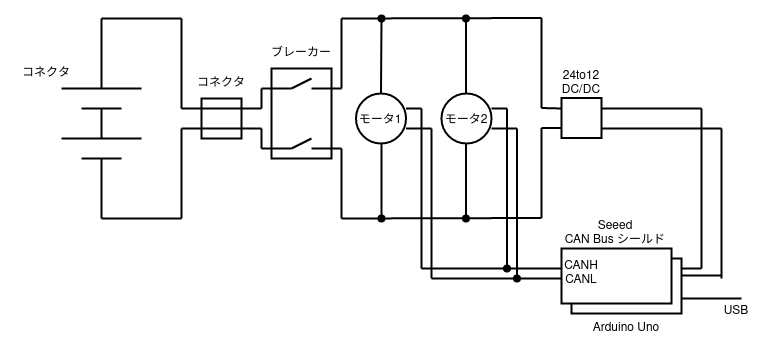
Earlier version of the draw.io export schematics/schematics.png (hijimasa/reasonable-outdoor-mobile-robot). Source tidied: cells renumbered, new cells last; positions are measured from the earlier drawing's top-left corner, leaving out a move shared by most shapes. Source of this version:
```xml
<mxGraphModel>
  <root>
    <mxCell id="0" />
    <mxCell id="1" parent="0" />
    <mxCell id="2" style="rounded=0;whiteSpace=wrap;html=1;strokeWidth=2;" parent="1" vertex="1">
      <mxGeometry x="260" y="50" width="60" height="90" as="geometry" />
    </mxCell>
    <mxCell id="3" style="endArrow=none;html=1;rounded=0;strokeWidth=2;" parent="1" edge="1">
      <mxGeometry relative="1" as="geometry">
        <mxPoint x="50" y="70" as="sourcePoint" />
        <mxPoint x="130" y="70" as="targetPoint" />
      </mxGeometry>
    </mxCell>
    <mxCell id="4" style="endArrow=none;html=1;rounded=0;strokeWidth=2;" parent="1" edge="1">
      <mxGeometry relative="1" as="geometry">
        <mxPoint x="70" y="90" as="sourcePoint" />
        <mxPoint x="110" y="90" as="targetPoint" />
      </mxGeometry>
    </mxCell>
    <mxCell id="5" style="endArrow=none;html=1;rounded=0;strokeWidth=2;" parent="1" edge="1">
      <mxGeometry relative="1" as="geometry">
        <mxPoint x="50" y="120" as="sourcePoint" />
        <mxPoint x="130" y="120" as="targetPoint" />
      </mxGeometry>
    </mxCell>
    <mxCell id="6" style="endArrow=none;html=1;rounded=0;strokeWidth=2;" parent="1" edge="1">
      <mxGeometry relative="1" as="geometry">
        <mxPoint x="70" y="140" as="sourcePoint" />
        <mxPoint x="110" y="140" as="targetPoint" />
      </mxGeometry>
    </mxCell>
    <mxCell id="7" style="endArrow=none;html=1;rounded=0;strokeWidth=2;" parent="1" edge="1">
      <mxGeometry relative="1" as="geometry">
        <mxPoint x="90" y="120" as="sourcePoint" />
        <mxPoint x="90" y="90" as="targetPoint" />
      </mxGeometry>
    </mxCell>
    <mxCell id="8" style="endArrow=none;html=1;rounded=0;strokeWidth=2;" parent="1" edge="1">
      <mxGeometry relative="1" as="geometry">
        <mxPoint x="90" y="200" as="sourcePoint" />
        <mxPoint x="90" y="140" as="targetPoint" />
      </mxGeometry>
    </mxCell>
    <mxCell id="9" style="endArrow=none;html=1;rounded=0;strokeWidth=2;" parent="1" edge="1">
      <mxGeometry relative="1" as="geometry">
        <mxPoint x="90" y="70" as="sourcePoint" />
        <mxPoint x="90" as="targetPoint" />
      </mxGeometry>
    </mxCell>
    <mxCell id="10" style="whiteSpace=wrap;html=1;strokeWidth=2;" parent="1" vertex="1">
      <mxGeometry x="190" y="80" width="40" height="40" as="geometry" />
    </mxCell>
    <mxCell id="11" style="endArrow=none;html=1;rounded=0;strokeWidth=2;" parent="1" edge="1">
      <mxGeometry relative="1" as="geometry">
        <mxPoint x="170" y="90" as="sourcePoint" />
        <mxPoint x="250" y="90" as="targetPoint" />
      </mxGeometry>
    </mxCell>
    <mxCell id="12" style="endArrow=none;html=1;rounded=0;strokeWidth=2;" parent="1" edge="1">
      <mxGeometry relative="1" as="geometry">
        <mxPoint x="90" as="sourcePoint" />
        <mxPoint x="170" as="targetPoint" />
      </mxGeometry>
    </mxCell>
    <mxCell id="13" style="endArrow=none;html=1;rounded=0;strokeWidth=2;" parent="1" edge="1">
      <mxGeometry relative="1" as="geometry">
        <mxPoint x="170" y="110" as="sourcePoint" />
        <mxPoint x="250" y="110" as="targetPoint" />
      </mxGeometry>
    </mxCell>
    <mxCell id="14" style="endArrow=none;html=1;rounded=0;strokeWidth=2;" parent="1" edge="1">
      <mxGeometry relative="1" as="geometry">
        <mxPoint x="90" y="200" as="sourcePoint" />
        <mxPoint x="170" y="200" as="targetPoint" />
      </mxGeometry>
    </mxCell>
    <mxCell id="15" style="endArrow=none;html=1;rounded=0;strokeWidth=2;" parent="1" edge="1">
      <mxGeometry relative="1" as="geometry">
        <mxPoint x="170" y="90" as="sourcePoint" />
        <mxPoint x="170" as="targetPoint" />
      </mxGeometry>
    </mxCell>
    <mxCell id="16" style="endArrow=none;html=1;rounded=0;strokeWidth=2;" parent="1" edge="1">
      <mxGeometry relative="1" as="geometry">
        <mxPoint x="170" y="200" as="sourcePoint" />
        <mxPoint x="170" y="110" as="targetPoint" />
      </mxGeometry>
    </mxCell>
    <mxCell id="17" style="whiteSpace=wrap;html=1;strokeWidth=2;" parent="1" vertex="1">
      <mxGeometry x="550" y="79.5" width="40" height="40" as="geometry" />
    </mxCell>
    <mxCell id="18" style="endArrow=none;html=1;rounded=0;strokeWidth=2;" parent="1" edge="1">
      <mxGeometry relative="1" as="geometry">
        <mxPoint x="530" y="89.5" as="sourcePoint" />
        <mxPoint x="550" y="90" as="targetPoint" />
      </mxGeometry>
    </mxCell>
    <mxCell id="19" style="endArrow=none;html=1;rounded=0;strokeWidth=2;" parent="1" edge="1">
      <mxGeometry relative="1" as="geometry">
        <mxPoint x="330" as="sourcePoint" />
        <mxPoint x="530" y="-0.5" as="targetPoint" />
      </mxGeometry>
    </mxCell>
    <mxCell id="20" style="endArrow=none;html=1;rounded=0;entryX=0;entryY=0.75;entryDx=0;entryDy=0;strokeWidth=2;" parent="1" edge="1" target="17">
      <mxGeometry relative="1" as="geometry">
        <mxPoint x="530" y="109.5" as="sourcePoint" />
      </mxGeometry>
    </mxCell>
    <mxCell id="21" style="endArrow=none;html=1;rounded=0;strokeWidth=2;" parent="1" edge="1">
      <mxGeometry relative="1" as="geometry">
        <mxPoint x="330" y="200" as="sourcePoint" />
        <mxPoint x="530" y="199.5" as="targetPoint" />
      </mxGeometry>
    </mxCell>
    <mxCell id="22" style="endArrow=none;html=1;rounded=0;strokeWidth=2;" parent="1" edge="1">
      <mxGeometry relative="1" as="geometry">
        <mxPoint x="530" y="89.5" as="sourcePoint" />
        <mxPoint x="530" y="-0.5" as="targetPoint" />
      </mxGeometry>
    </mxCell>
    <mxCell id="23" style="endArrow=none;html=1;rounded=0;strokeWidth=2;" parent="1" edge="1">
      <mxGeometry relative="1" as="geometry">
        <mxPoint x="530" y="199.5" as="sourcePoint" />
        <mxPoint x="530" y="109.5" as="targetPoint" />
      </mxGeometry>
    </mxCell>
    <mxCell id="24" style="endArrow=none;html=1;rounded=0;strokeWidth=2;" parent="1" edge="1">
      <mxGeometry relative="1" as="geometry">
        <mxPoint x="250" y="90" as="sourcePoint" />
        <mxPoint x="250" y="70" as="targetPoint" />
      </mxGeometry>
    </mxCell>
    <mxCell id="25" style="endArrow=none;html=1;rounded=0;strokeWidth=2;" parent="1" edge="1">
      <mxGeometry relative="1" as="geometry">
        <mxPoint x="250" y="130" as="sourcePoint" />
        <mxPoint x="250" y="110" as="targetPoint" />
      </mxGeometry>
    </mxCell>
    <mxCell id="26" style="endArrow=none;html=1;rounded=0;strokeWidth=2;" parent="1" edge="1">
      <mxGeometry relative="1" as="geometry">
        <mxPoint x="250" y="70" as="sourcePoint" />
        <mxPoint x="280" y="70" as="targetPoint" />
      </mxGeometry>
    </mxCell>
    <mxCell id="27" style="endArrow=none;html=1;rounded=0;strokeWidth=2;" parent="1" edge="1">
      <mxGeometry relative="1" as="geometry">
        <mxPoint x="250" y="130" as="sourcePoint" />
        <mxPoint x="280" y="130" as="targetPoint" />
      </mxGeometry>
    </mxCell>
    <mxCell id="28" style="endArrow=none;html=1;rounded=0;strokeWidth=2;" parent="1" edge="1">
      <mxGeometry relative="1" as="geometry">
        <mxPoint x="300" y="130" as="sourcePoint" />
        <mxPoint x="330" y="130" as="targetPoint" />
      </mxGeometry>
    </mxCell>
    <mxCell id="29" style="endArrow=none;html=1;rounded=0;strokeWidth=2;" parent="1" edge="1">
      <mxGeometry relative="1" as="geometry">
        <mxPoint x="300" y="70" as="sourcePoint" />
        <mxPoint x="330" y="70" as="targetPoint" />
      </mxGeometry>
    </mxCell>
    <mxCell id="30" style="endArrow=none;html=1;rounded=0;strokeWidth=2;" parent="1" edge="1">
      <mxGeometry relative="1" as="geometry">
        <mxPoint x="300" y="60" as="sourcePoint" />
        <mxPoint x="280" y="70" as="targetPoint" />
      </mxGeometry>
    </mxCell>
    <mxCell id="31" style="endArrow=none;html=1;rounded=0;strokeWidth=2;" parent="1" edge="1">
      <mxGeometry relative="1" as="geometry">
        <mxPoint x="280" y="130" as="sourcePoint" />
        <mxPoint x="300" y="120" as="targetPoint" />
      </mxGeometry>
    </mxCell>
    <mxCell id="32" style="endArrow=none;html=1;rounded=0;strokeWidth=2;" parent="1" edge="1">
      <mxGeometry relative="1" as="geometry">
        <mxPoint x="330" y="70" as="sourcePoint" />
        <mxPoint x="330" as="targetPoint" />
      </mxGeometry>
    </mxCell>
    <mxCell id="33" style="endArrow=none;html=1;rounded=0;strokeWidth=2;" parent="1" edge="1">
      <mxGeometry relative="1" as="geometry">
        <mxPoint x="330" y="200" as="sourcePoint" />
        <mxPoint x="330" y="130" as="targetPoint" />
      </mxGeometry>
    </mxCell>
    <mxCell id="34" style="ellipse;whiteSpace=wrap;html=1;strokeWidth=2;" parent="1" vertex="1">
      <mxGeometry x="344.5" y="75" width="50" height="50" as="geometry" />
    </mxCell>
    <mxCell id="35" style="endArrow=oval;html=1;rounded=0;exitX=0.5;exitY=0;exitDx=0;exitDy=0;startArrow=none;startFill=0;endFill=1;strokeWidth=2;" parent="1" edge="1" source="34">
      <mxGeometry relative="1" as="geometry">
        <mxPoint x="370" as="targetPoint" />
      </mxGeometry>
    </mxCell>
    <mxCell id="36" style="ellipse;whiteSpace=wrap;html=1;strokeWidth=2;" parent="1" vertex="1">
      <mxGeometry x="430" y="75" width="50" height="50" as="geometry" />
    </mxCell>
    <mxCell id="37" style="rounded=0;whiteSpace=wrap;html=1;strokeWidth=2;" parent="1" vertex="1">
      <mxGeometry x="560" y="240" width="110" height="55" as="geometry" />
    </mxCell>
    <mxCell id="38" style="rounded=0;whiteSpace=wrap;html=1;strokeWidth=2;" parent="1" vertex="1">
      <mxGeometry x="550" y="230" width="110" height="55" as="geometry" />
    </mxCell>
    <mxCell id="39" style="endArrow=none;html=1;rounded=0;strokeWidth=2;" parent="1" edge="1">
      <mxGeometry relative="1" as="geometry">
        <mxPoint x="690" y="250" as="sourcePoint" />
        <mxPoint x="690" y="90" as="targetPoint" />
      </mxGeometry>
    </mxCell>
    <mxCell id="40" style="endArrow=none;html=1;rounded=0;strokeWidth=2;" parent="1" edge="1">
      <mxGeometry relative="1" as="geometry">
        <mxPoint x="710" y="260" as="sourcePoint" />
        <mxPoint x="710" y="110" as="targetPoint" />
      </mxGeometry>
    </mxCell>
    <mxCell id="41" style="endArrow=none;html=1;rounded=0;strokeWidth=2;" parent="1" edge="1">
      <mxGeometry relative="1" as="geometry">
        <mxPoint x="670" y="250" as="sourcePoint" />
        <mxPoint x="690" y="250" as="targetPoint" />
      </mxGeometry>
    </mxCell>
    <mxCell id="42" style="endArrow=none;html=1;rounded=0;strokeWidth=2;" parent="1" edge="1">
      <mxGeometry relative="1" as="geometry">
        <mxPoint x="670" y="257" as="sourcePoint" />
        <mxPoint x="710" y="257" as="targetPoint" />
      </mxGeometry>
    </mxCell>
    <mxCell id="43" style="endArrow=none;html=1;rounded=0;startArrow=oval;startFill=1;strokeWidth=2;" parent="1" edge="1">
      <mxGeometry relative="1" as="geometry">
        <mxPoint x="370" y="200" as="sourcePoint" />
        <mxPoint x="370" y="125" as="targetPoint" />
      </mxGeometry>
    </mxCell>
    <mxCell id="44" style="endArrow=none;html=1;rounded=0;strokeWidth=2;" parent="1" edge="1">
      <mxGeometry relative="1" as="geometry">
        <mxPoint x="590" y="90" as="sourcePoint" />
        <mxPoint x="690" y="90" as="targetPoint" />
      </mxGeometry>
    </mxCell>
    <mxCell id="45" style="endArrow=oval;html=1;rounded=0;exitX=0.5;exitY=0;exitDx=0;exitDy=0;endFill=1;strokeWidth=2;" parent="1" edge="1">
      <mxGeometry relative="1" as="geometry">
        <mxPoint x="454.5" y="75" as="sourcePoint" />
        <mxPoint x="454.5" as="targetPoint" />
      </mxGeometry>
    </mxCell>
    <mxCell id="46" style="endArrow=none;html=1;rounded=0;startArrow=oval;startFill=1;strokeWidth=2;" parent="1" edge="1">
      <mxGeometry relative="1" as="geometry">
        <mxPoint x="454.5" y="200" as="sourcePoint" />
        <mxPoint x="454.5" y="125" as="targetPoint" />
      </mxGeometry>
    </mxCell>
    <mxCell id="47" style="endArrow=none;html=1;rounded=0;strokeWidth=2;" parent="1" edge="1">
      <mxGeometry relative="1" as="geometry">
        <mxPoint x="590" y="110" as="sourcePoint" />
        <mxPoint x="710" y="110" as="targetPoint" />
      </mxGeometry>
    </mxCell>
    <mxCell id="48" style="endArrow=none;html=1;rounded=0;strokeWidth=2;" parent="1" edge="1">
      <mxGeometry relative="1" as="geometry">
        <mxPoint x="410" y="250" as="sourcePoint" />
        <mxPoint x="410" y="90" as="targetPoint" />
      </mxGeometry>
    </mxCell>
    <mxCell id="49" style="endArrow=none;html=1;rounded=0;strokeWidth=2;" parent="1" edge="1">
      <mxGeometry relative="1" as="geometry">
        <mxPoint x="420" y="260" as="sourcePoint" />
        <mxPoint x="420" y="110" as="targetPoint" />
      </mxGeometry>
    </mxCell>
    <mxCell id="50" style="endArrow=none;html=1;rounded=0;strokeWidth=2;" parent="1" edge="1">
      <mxGeometry relative="1" as="geometry">
        <mxPoint x="394.5" y="90" as="sourcePoint" />
        <mxPoint x="410" y="90" as="targetPoint" />
      </mxGeometry>
    </mxCell>
    <mxCell id="51" style="endArrow=none;html=1;rounded=0;strokeWidth=2;" parent="1" edge="1">
      <mxGeometry relative="1" as="geometry">
        <mxPoint x="394.5" y="110" as="sourcePoint" />
        <mxPoint x="420" y="110" as="targetPoint" />
      </mxGeometry>
    </mxCell>
    <mxCell id="52" style="endArrow=none;html=1;rounded=0;endFill=0;startArrow=oval;startFill=1;strokeWidth=2;" parent="1" edge="1">
      <mxGeometry relative="1" as="geometry">
        <mxPoint x="495.5" y="250" as="sourcePoint" />
        <mxPoint x="495.5" y="90" as="targetPoint" />
      </mxGeometry>
    </mxCell>
    <mxCell id="53" style="endArrow=none;html=1;rounded=0;startArrow=oval;startFill=1;strokeWidth=2;" parent="1" edge="1">
      <mxGeometry relative="1" as="geometry">
        <mxPoint x="505.5" y="260" as="sourcePoint" />
        <mxPoint x="505.5" y="110" as="targetPoint" />
      </mxGeometry>
    </mxCell>
    <mxCell id="54" style="endArrow=none;html=1;rounded=0;strokeWidth=2;" parent="1" edge="1">
      <mxGeometry relative="1" as="geometry">
        <mxPoint x="480" y="90" as="sourcePoint" />
        <mxPoint x="495.5" y="90" as="targetPoint" />
      </mxGeometry>
    </mxCell>
    <mxCell id="55" style="endArrow=none;html=1;rounded=0;strokeWidth=2;" parent="1" edge="1">
      <mxGeometry relative="1" as="geometry">
        <mxPoint x="480" y="110" as="sourcePoint" />
        <mxPoint x="505.5" y="110" as="targetPoint" />
      </mxGeometry>
    </mxCell>
    <mxCell id="56" style="endArrow=none;html=1;rounded=0;strokeWidth=2;" parent="1" edge="1">
      <mxGeometry relative="1" as="geometry">
        <mxPoint x="410" y="250" as="sourcePoint" />
        <mxPoint x="550" y="250" as="targetPoint" />
      </mxGeometry>
    </mxCell>
    <mxCell id="57" style="endArrow=none;html=1;rounded=0;strokeWidth=2;" parent="1" edge="1">
      <mxGeometry relative="1" as="geometry">
        <mxPoint x="420" y="260" as="sourcePoint" />
        <mxPoint x="550" y="260" as="targetPoint" />
      </mxGeometry>
    </mxCell>
    <mxCell id="58" value="&lt;div&gt;ブレーカー&lt;/div&gt;" style="text;html=1;strokeColor=none;fillColor=none;align=center;verticalAlign=middle;whiteSpace=wrap;rounded=0;strokeWidth=2;" parent="1" vertex="1">
      <mxGeometry x="255" y="20" width="70" height="30" as="geometry" />
    </mxCell>
    <mxCell id="59" value="コネクタ" style="text;html=1;strokeColor=none;fillColor=none;align=center;verticalAlign=middle;whiteSpace=wrap;rounded=0;strokeWidth=2;" parent="1" vertex="1">
      <mxGeometry x="175" y="49.5" width="70" height="30" as="geometry" />
    </mxCell>
    <mxCell id="60" value="コネクタ" style="text;html=1;strokeColor=none;fillColor=none;align=center;verticalAlign=middle;whiteSpace=wrap;rounded=0;strokeWidth=2;" parent="1" vertex="1">
      <mxGeometry y="40" width="70" height="30" as="geometry" />
    </mxCell>
    <mxCell id="61" value="モータ1" style="text;html=1;strokeColor=none;fillColor=none;align=center;verticalAlign=middle;whiteSpace=wrap;rounded=0;strokeWidth=2;" parent="1" vertex="1">
      <mxGeometry x="333.5" y="86.5" width="70" height="30" as="geometry" />
    </mxCell>
    <mxCell id="62" value="モータ2" style="text;html=1;strokeColor=none;fillColor=none;align=center;verticalAlign=middle;whiteSpace=wrap;rounded=0;strokeWidth=2;" parent="1" vertex="1">
      <mxGeometry x="420" y="86.5" width="70" height="30" as="geometry" />
    </mxCell>
    <mxCell id="63" value="&lt;div&gt;24to12&lt;/div&gt;&lt;div&gt;DC/DC&lt;br&gt;&lt;/div&gt;" style="text;html=1;strokeColor=none;fillColor=none;align=center;verticalAlign=middle;whiteSpace=wrap;rounded=0;strokeWidth=2;" parent="1" vertex="1">
      <mxGeometry x="535" y="49.5" width="70" height="30" as="geometry" />
    </mxCell>
    <mxCell id="64" style="endArrow=none;html=1;rounded=0;strokeWidth=2;" parent="1" edge="1">
      <mxGeometry relative="1" as="geometry">
        <mxPoint x="670" y="280" as="sourcePoint" />
        <mxPoint x="730" y="280" as="targetPoint" />
      </mxGeometry>
    </mxCell>
    <mxCell id="65" value="&lt;div&gt;Seeed&lt;/div&gt;&lt;div&gt;CAN Bus シールド&lt;br&gt;&lt;/div&gt;" style="text;html=1;strokeColor=none;fillColor=none;align=center;verticalAlign=middle;whiteSpace=wrap;rounded=0;strokeWidth=2;" parent="1" vertex="1">
      <mxGeometry x="549" y="200" width="110" height="30" as="geometry" />
    </mxCell>
    <mxCell id="66" value="Arduino Uno" style="text;html=1;strokeColor=none;fillColor=none;align=center;verticalAlign=middle;whiteSpace=wrap;rounded=0;strokeWidth=2;" parent="1" vertex="1">
      <mxGeometry x="580" y="295" width="70" height="30" as="geometry" />
    </mxCell>
    <mxCell id="67" value="USB" style="text;html=1;strokeColor=none;fillColor=none;align=center;verticalAlign=middle;whiteSpace=wrap;rounded=0;strokeWidth=2;" parent="1" vertex="1">
      <mxGeometry x="690" y="285" width="70" height="15" as="geometry" />
    </mxCell>
    <mxCell id="68" value="&lt;div&gt;CANH&lt;/div&gt;&lt;div&gt;CANL&lt;br&gt;&lt;/div&gt;" style="text;html=1;strokeColor=none;fillColor=none;align=center;verticalAlign=middle;whiteSpace=wrap;rounded=0;strokeWidth=2;" parent="1" vertex="1">
      <mxGeometry x="550" y="240" width="40" height="30" as="geometry" />
    </mxCell>
  </root>
</mxGraphModel>
```
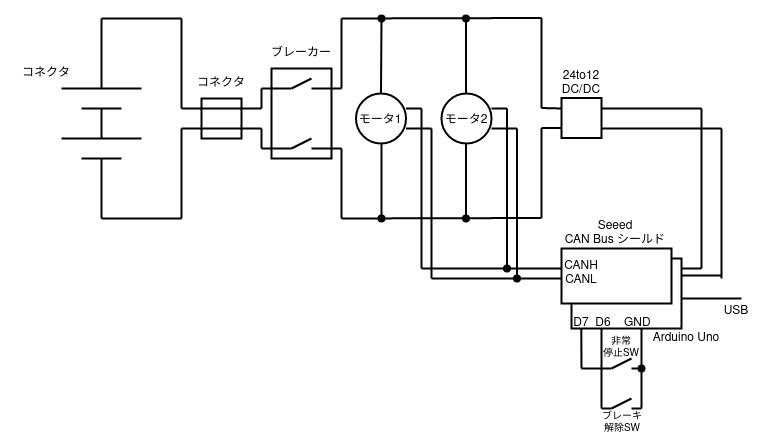
Above is the later version.

Commit message:
add emergency stop sw

Change to the diagram source:
```diff
@@ -196,7 +196,7 @@
       <mxGeometry x="430" y="75" width="50" height="50" as="geometry" />
     </mxCell>
     <mxCell id="37" style="rounded=0;whiteSpace=wrap;html=1;strokeWidth=2;" parent="1" vertex="1">
-      <mxGeometry x="560" y="240" width="110" height="55" as="geometry" />
+      <mxGeometry x="560" y="240" width="110" height="70" as="geometry" />
     </mxCell>
     <mxCell id="38" style="rounded=0;whiteSpace=wrap;html=1;strokeWidth=2;" parent="1" vertex="1">
       <mxGeometry x="550" y="230" width="110" height="55" as="geometry" />
@@ -343,7 +343,7 @@
       <mxGeometry x="549" y="200" width="110" height="30" as="geometry" />
     </mxCell>
     <mxCell id="66" value="Arduino Uno" style="text;html=1;strokeColor=none;fillColor=none;align=center;verticalAlign=middle;whiteSpace=wrap;rounded=0;strokeWidth=2;" parent="1" vertex="1">
-      <mxGeometry x="580" y="295" width="70" height="30" as="geometry" />
+      <mxGeometry x="640" y="305" width="70" height="30" as="geometry" />
     </mxCell>
     <mxCell id="67" value="USB" style="text;html=1;strokeColor=none;fillColor=none;align=center;verticalAlign=middle;whiteSpace=wrap;rounded=0;strokeWidth=2;" parent="1" vertex="1">
       <mxGeometry x="690" y="285" width="70" height="15" as="geometry" />
@@ -351,5 +351,68 @@
     <mxCell id="68" value="&lt;div&gt;CANH&lt;/div&gt;&lt;div&gt;CANL&lt;br&gt;&lt;/div&gt;" style="text;html=1;strokeColor=none;fillColor=none;align=center;verticalAlign=middle;whiteSpace=wrap;rounded=0;strokeWidth=2;" parent="1" vertex="1">
       <mxGeometry x="550" y="240" width="40" height="30" as="geometry" />
     </mxCell>
+    <mxCell id="69" style="endArrow=none;html=1;rounded=0;strokeWidth=2;" parent="1" edge="1">
+      <mxGeometry relative="1" as="geometry">
+        <mxPoint x="630" y="390" as="sourcePoint" />
+        <mxPoint x="630" y="310" as="targetPoint" />
+      </mxGeometry>
+    </mxCell>
+    <mxCell id="70" value="D7&amp;nbsp; D6 &amp;nbsp;&amp;nbsp; GND" style="text;html=1;strokeColor=none;fillColor=none;align=center;verticalAlign=middle;whiteSpace=wrap;rounded=0;strokeWidth=2;" parent="1" vertex="1">
+      <mxGeometry x="556" y="290" width="90" height="30" as="geometry" />
+    </mxCell>
+    <mxCell id="71" style="endArrow=none;html=1;rounded=0;strokeWidth=2;" parent="1" edge="1">
+      <mxGeometry relative="1" as="geometry">
+        <mxPoint x="570" y="350" as="sourcePoint" />
+        <mxPoint x="569.8" y="310" as="targetPoint" />
+      </mxGeometry>
+    </mxCell>
+    <mxCell id="72" style="endArrow=none;html=1;rounded=0;strokeWidth=2;" parent="1" edge="1">
+      <mxGeometry relative="1" as="geometry">
+        <mxPoint x="590" y="390" as="sourcePoint" />
+        <mxPoint x="590" y="310" as="targetPoint" />
+      </mxGeometry>
+    </mxCell>
+    <mxCell id="73" style="endArrow=none;html=1;rounded=0;strokeWidth=2;" parent="1" edge="1">
+      <mxGeometry relative="1" as="geometry">
+        <mxPoint x="630" y="390" as="sourcePoint" />
+        <mxPoint x="620" y="390" as="targetPoint" />
+      </mxGeometry>
+    </mxCell>
+    <mxCell id="74" style="endArrow=none;html=1;rounded=0;strokeWidth=2;" parent="1" edge="1">
+      <mxGeometry relative="1" as="geometry">
+        <mxPoint x="570" y="350" as="sourcePoint" />
+        <mxPoint x="600" y="350" as="targetPoint" />
+      </mxGeometry>
+    </mxCell>
+    <mxCell id="75" style="endArrow=oval;html=1;rounded=0;strokeWidth=2;startArrow=none;startFill=0;endFill=1;" parent="1" edge="1">
+      <mxGeometry relative="1" as="geometry">
+        <mxPoint x="620" y="350" as="sourcePoint" />
+        <mxPoint x="630" y="350" as="targetPoint" />
+      </mxGeometry>
+    </mxCell>
+    <mxCell id="76" style="endArrow=none;html=1;rounded=0;strokeWidth=2;" parent="1" edge="1">
+      <mxGeometry relative="1" as="geometry">
+        <mxPoint x="590" y="390" as="sourcePoint" />
+        <mxPoint x="600" y="390" as="targetPoint" />
+      </mxGeometry>
+    </mxCell>
+    <mxCell id="77" style="endArrow=none;html=1;rounded=0;strokeWidth=2;" parent="1" edge="1">
+      <mxGeometry relative="1" as="geometry">
+        <mxPoint x="600" y="350" as="sourcePoint" />
+        <mxPoint x="620" y="340" as="targetPoint" />
+      </mxGeometry>
+    </mxCell>
+    <mxCell id="78" style="endArrow=none;html=1;rounded=0;strokeWidth=2;" parent="1" edge="1">
+      <mxGeometry relative="1" as="geometry">
+        <mxPoint x="600" y="390" as="sourcePoint" />
+        <mxPoint x="620" y="380" as="targetPoint" />
+      </mxGeometry>
+    </mxCell>
+    <mxCell id="79" value="&lt;div style=&quot;font-size: 10px;&quot;&gt;&lt;font style=&quot;font-size: 10px;&quot;&gt;非常&lt;/font&gt;&lt;/div&gt;&lt;div style=&quot;font-size: 10px;&quot;&gt;&lt;font style=&quot;font-size: 10px;&quot;&gt;停止SW&lt;/font&gt;&lt;/div&gt;" style="text;html=1;strokeColor=none;fillColor=none;align=center;verticalAlign=middle;whiteSpace=wrap;rounded=0;strokeWidth=2;" parent="1" vertex="1">
+      <mxGeometry x="575" y="314" width="70" height="30" as="geometry" />
+    </mxCell>
+    <mxCell id="80" value="&lt;div style=&quot;font-size: 10px;&quot;&gt;&lt;font style=&quot;font-size: 10px;&quot;&gt;ブレーキ&lt;/font&gt;&lt;/div&gt;&lt;div style=&quot;font-size: 10px;&quot;&gt;&lt;font style=&quot;font-size: 10px;&quot;&gt;解除SW&lt;/font&gt;&lt;/div&gt;" style="text;html=1;strokeColor=none;fillColor=none;align=center;verticalAlign=middle;whiteSpace=wrap;rounded=0;strokeWidth=2;" parent="1" vertex="1">
+      <mxGeometry x="576" y="389" width="70" height="30" as="geometry" />
+    </mxCell>
   </root>
 </mxGraphModel>
```
